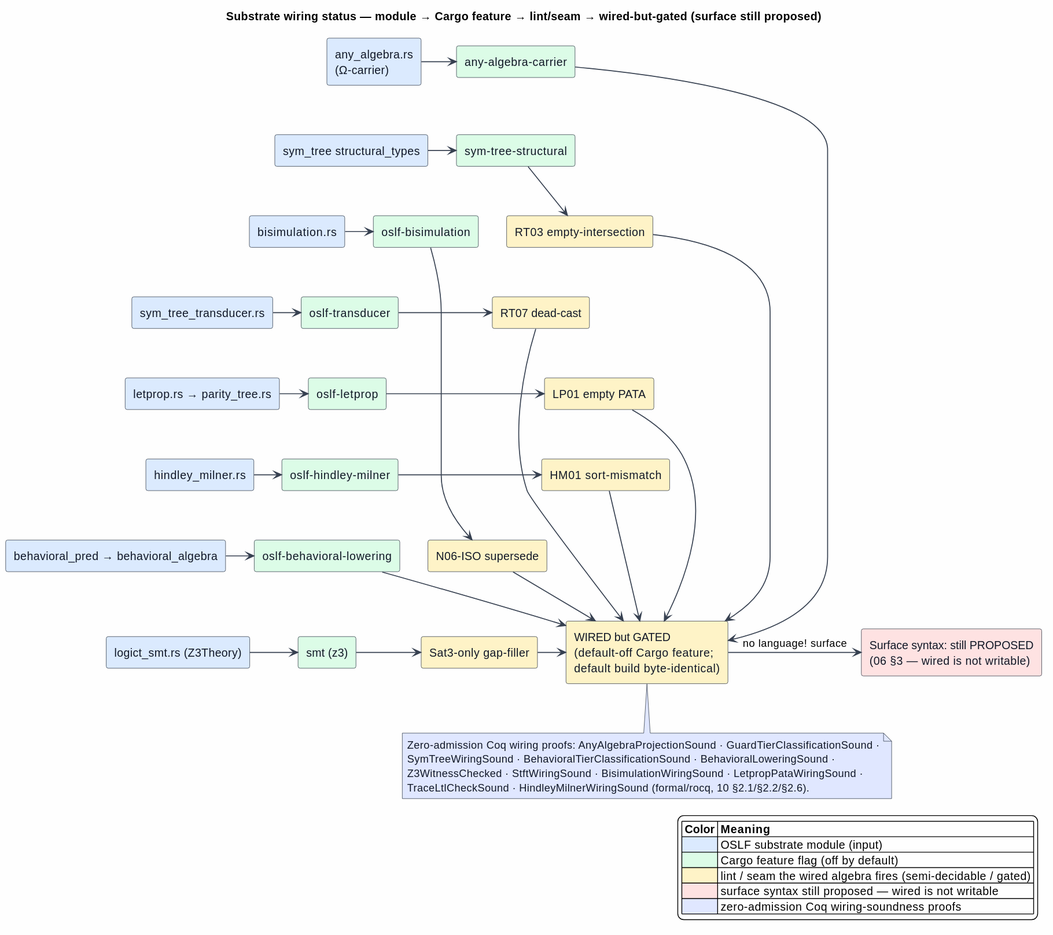
This is docs/architecture/semantic-predicates/figures/06-substrate-wiring-status.svg from F1R3FLY-io/mettail-rust, a PlantUML export, as it was before one commit.
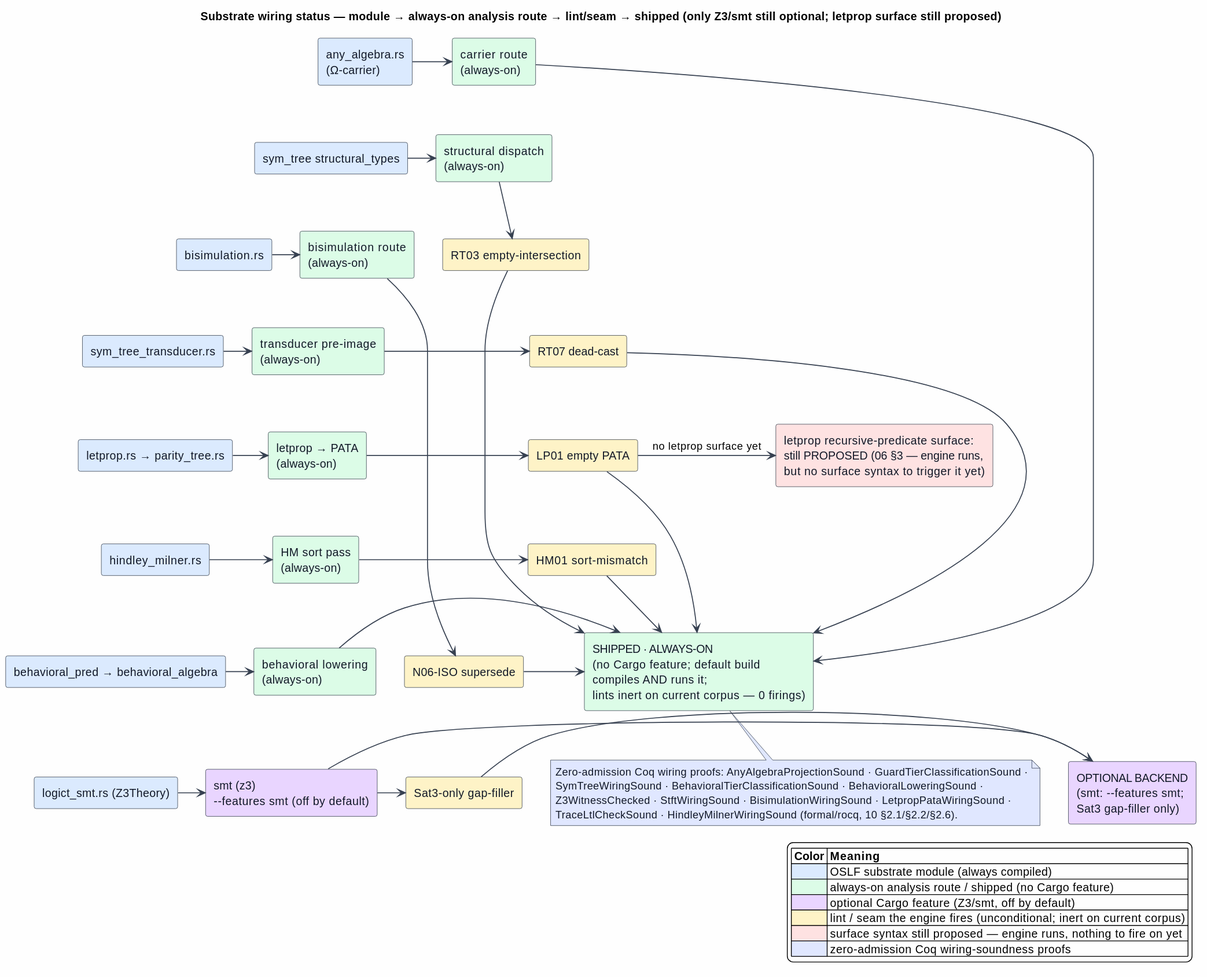
After the commit.

The edit, as a diff of the source:
```diff
@@ -1,5 +1,5 @@
 @startuml
-title Substrate wiring status — module → Cargo feature → lint/seam → wired-but-gated (surface still proposed)
+title Substrate wiring status — module → always-on analysis route → lint/seam → shipped (only Z3/smt still optional; letprop surface still proposed)
 
 skinparam backgroundColor #FEFEFE
 skinparam shadowing false
@@ -28,14 +28,14 @@
 component "behavioral_pred → behavioral_algebra" as M_BL #DBEAFE
 component "logict_smt.rs (Z3Theory)" as M_Z3 #DBEAFE
 
-component "any-algebra-carrier" as F_CAR #DCFCE7
-component "sym-tree-structural" as F_SYM #DCFCE7
-component "oslf-bisimulation" as F_BIS #DCFCE7
-component "oslf-transducer" as F_TRA #DCFCE7
-component "oslf-letprop" as F_LET #DCFCE7
-component "oslf-hindley-milner" as F_HM #DCFCE7
-component "oslf-behavioral-lowering" as F_BL #DCFCE7
-component "smt (z3)" as F_Z3 #DCFCE7
+component "carrier route\n(always-on)" as F_CAR #DCFCE7
+component "structural dispatch\n(always-on)" as F_SYM #DCFCE7
+component "bisimulation route\n(always-on)" as F_BIS #DCFCE7
+component "transducer pre-image\n(always-on)" as F_TRA #DCFCE7
+component "letprop → PATA\n(always-on)" as F_LET #DCFCE7
+component "HM sort pass\n(always-on)" as F_HM #DCFCE7
+component "behavioral lowering\n(always-on)" as F_BL #DCFCE7
+component "smt (z3)\n--features smt (off by default)" as F_Z3 #E9D5FF
 
 component "RT03 empty-intersection" as L_RT03 #FEF3C7
 component "RT07 dead-cast" as L_RT07 #FEF3C7
@@ -44,8 +44,9 @@
 component "N06-ISO supersede" as L_N06 #FEF3C7
 component "Sat3-only gap-filler" as L_SAT #FEF3C7
 
-rectangle "WIRED but GATED\n(default-off Cargo feature;\ndefault build byte-identical)" as WG #FEF3C7
-rectangle "Surface syntax: still PROPOSED\n(06 §3 — wired is not writable)" as PROP #FEE2E2
+rectangle "SHIPPED · ALWAYS-ON\n(no Cargo feature; default build\ncompiles AND runs it;\nlints inert on current corpus — 0 firings)" as WG #DCFCE7
+rectangle "OPTIONAL BACKEND\n(smt: --features smt;\nSat3 gap-filler only)" as OPT #E9D5FF
+rectangle "letprop recursive-predicate surface:\nstill PROPOSED (06 §3 — engine runs,\nbut no surface syntax to trigger it yet)" as PROP #FEE2E2
 
 M_CAR -right-> F_CAR
 M_SYM -right-> F_SYM
@@ -70,9 +71,11 @@
 L_LP01 -right-> WG
 L_HM01 -right-> WG
 L_N06  -right-> WG
-L_SAT  -right-> WG
 
-WG -right-> PROP : no language! surface
+F_Z3  -right-> OPT
+L_SAT -right-> OPT
+
+L_LP01 -right-> PROP : no letprop surface yet
 
 M_CAR -[hidden]down- M_SYM
 M_SYM -[hidden]down- M_BIS
@@ -93,6 +96,7 @@
 L_LP01 -[hidden]down- L_HM01
 L_HM01 -[hidden]down- L_N06
 L_N06  -[hidden]down- L_SAT
+WG -[hidden]down- OPT
 
 note bottom of WG #E0E7FF
   Zero-admission Coq wiring proofs: AnyAlgebraProjectionSound · GuardTierClassificationSound ·
@@ -103,10 +107,11 @@
 
 legend right
 |= Color |= Meaning |
-|<#DBEAFE> | OSLF substrate module (input) |
-|<#DCFCE7> | Cargo feature flag (off by default) |
-|<#FEF3C7> | lint / seam the wired algebra fires (semi-decidable / gated) |
-|<#FEE2E2> | surface syntax still proposed — wired is not writable |
+|<#DBEAFE> | OSLF substrate module (always compiled) |
+|<#DCFCE7> | always-on analysis route / shipped (no Cargo feature) |
+|<#E9D5FF> | optional Cargo feature (Z3/smt, off by default) |
+|<#FEF3C7> | lint / seam the engine fires (unconditional; inert on current corpus) |
+|<#FEE2E2> | surface syntax still proposed — engine runs, nothing to fire on yet |
 |<#E0E7FF> | zero-admission Coq wiring-soundness proofs |
 endlegend
 @enduml
```
